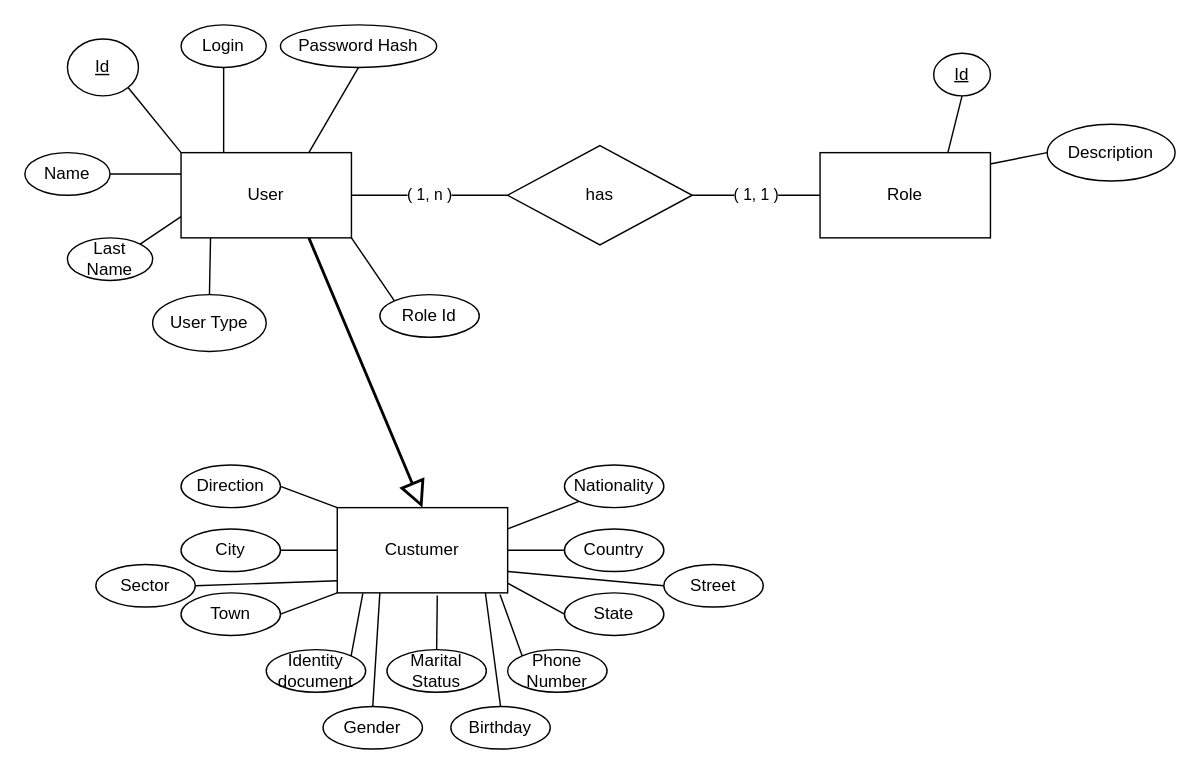
Above: model.drawio in Ingenieria-En-Software-2/DB (draw.io), before the change. Source tidied: cells renumbered, new cells numbered last; positions are measured from the earlier drawing's top-left corner, leaving out a move shared by most shapes. Both pictures are drawn from the tidied source at 142%, with x=0, y=0 at pixel (24, 24).
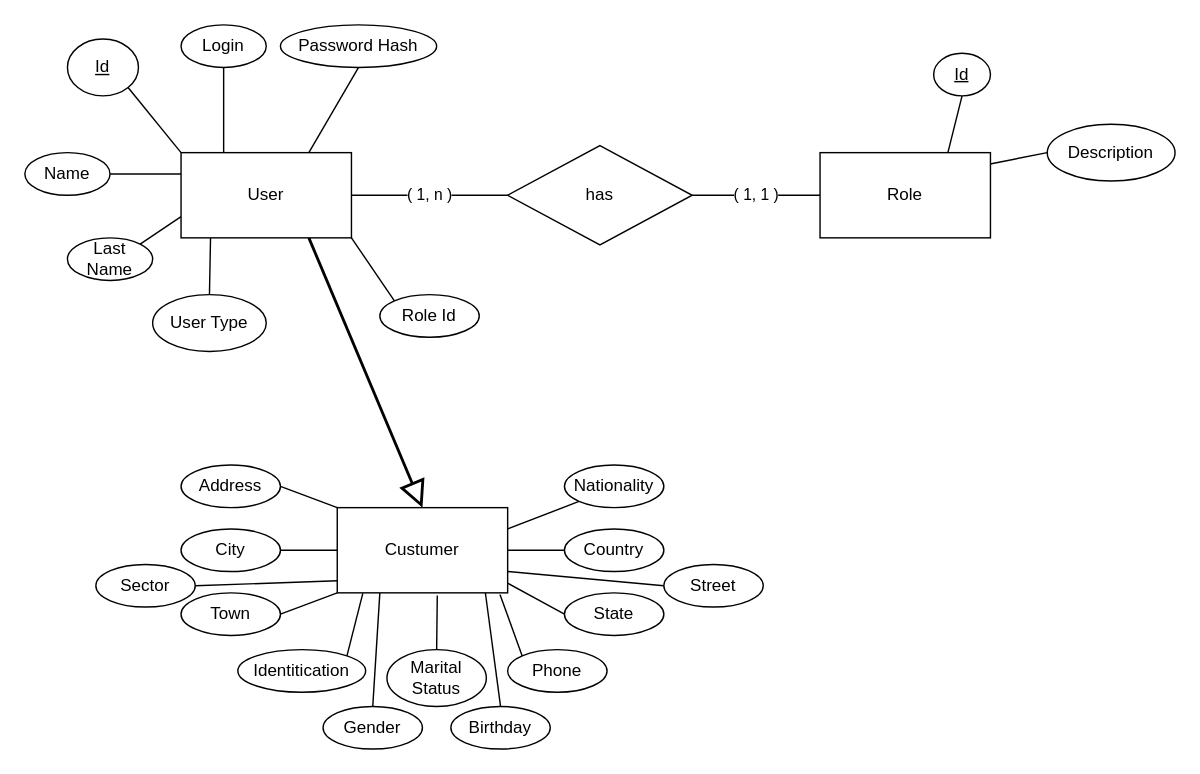
The same page after the edit.

The edit, as a diff of the source:
```diff
@@
-    <mxCell id="27" value="Identity document" style="ellipse;whiteSpace=wrap;html=1;" parent="1" vertex="1">
-      <mxGeometry x="170" y="440" width="70" height="30" as="geometry" />
+    <mxCell id="27" value="Identitication" style="ellipse;whiteSpace=wrap;html=1;" parent="1" vertex="1">
+      <mxGeometry x="150" y="440" width="90" height="30" as="geometry" />
     </mxCell>
@@
     <mxCell id="31" value="Marital Status" style="ellipse;whiteSpace=wrap;html=1;" parent="1" vertex="1">
-      <mxGeometry x="255" y="440" width="70" height="30" as="geometry" />
+      <mxGeometry x="255" y="440" width="70" height="40" as="geometry" />
     </mxCell>
@@
-    <mxCell id="35" value="Phone Number" style="ellipse;whiteSpace=wrap;html=1;" parent="1" vertex="1">
+    <mxCell id="35" value="Phone" style="ellipse;whiteSpace=wrap;html=1;" parent="1" vertex="1">
       <mxGeometry x="340" y="440" width="70" height="30" as="geometry" />
     </mxCell>
@@
-    <mxCell id="39" value="Direction" style="ellipse;whiteSpace=wrap;html=1;" parent="1" vertex="1">
+    <mxCell id="39" value="Address" style="ellipse;whiteSpace=wrap;html=1;" parent="1" vertex="1">
       <mxGeometry x="110" y="310" width="70" height="30" as="geometry" />
     </mxCell>
```
